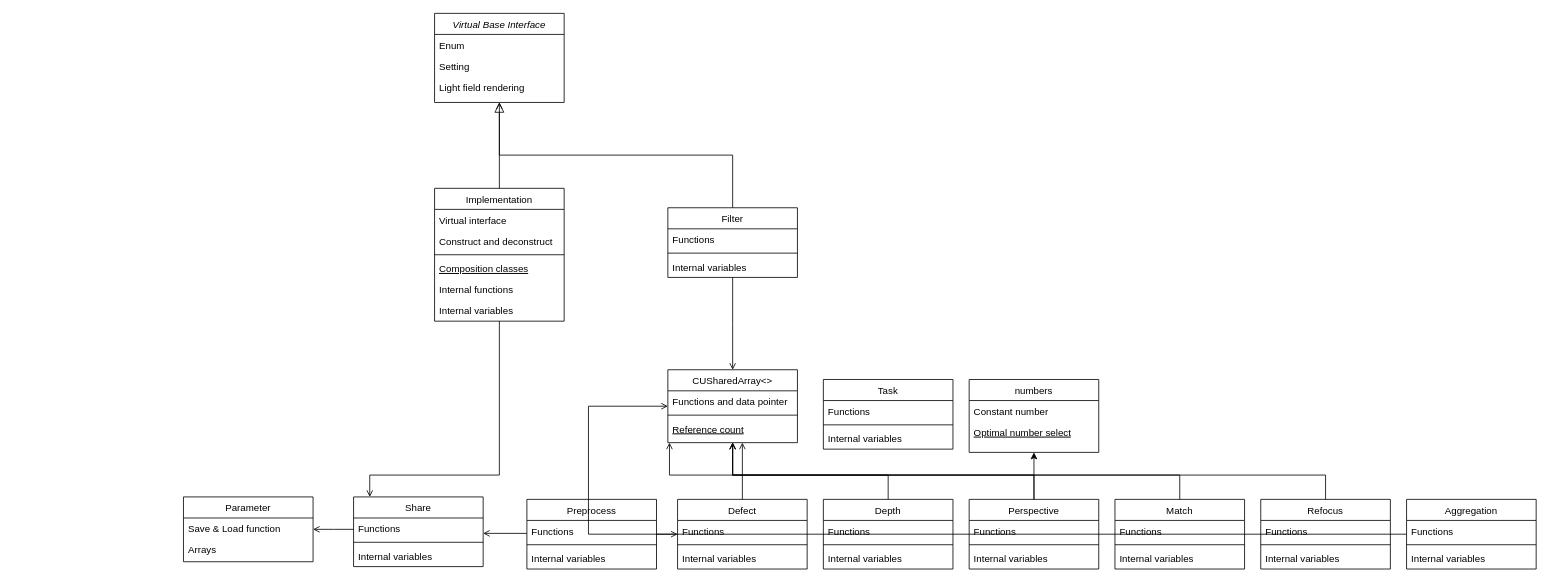
Above: class.drawio in Mintpasokon/OpenCV-wavelet (draw.io), before the change. Source tidied: cells renumbered, new cells numbered last; positions are measured from the earlier drawing's top-left corner, leaving out a move shared by most shapes. Both pictures are drawn from the tidied source at 81%, with x=0, y=0 at pixel (183, 13).
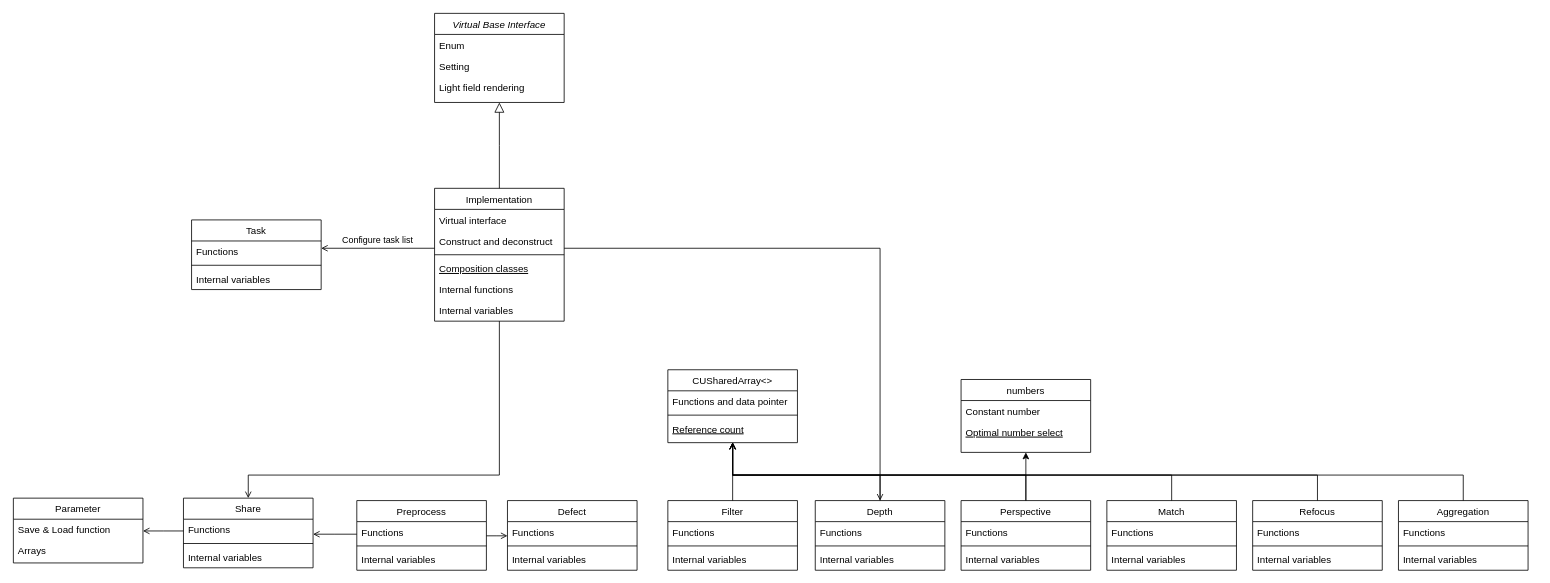
After the change.

The change refers to these unchanged cells:
```xml
<mxCell id="2" value="Virtual Base Interface" style="swimlane;fontStyle=2;align=center;verticalAlign=top;horizontal=1;startSize=26;rounded=0;shadow=0;strokeWidth=1;swimlaneLine=1;" parent="1" vertex="1">
  <mxGeometry x="310" width="160" height="110" as="geometry" />
</mxCell>
<mxCell id="6" value="Implementation" style="swimlane;fontStyle=0;align=center;verticalAlign=top;horizontal=1;startSize=26;rounded=0;shadow=0;strokeWidth=1;" parent="1" vertex="1">
  <mxGeometry x="310" y="216" width="160" height="164" as="geometry" />
</mxCell>
<mxCell id="19" value="CUSharedArray&lt;&gt;" style="swimlane;fontStyle=0;align=center;verticalAlign=top;horizontal=1;startSize=26;rounded=0;shadow=0;strokeWidth=1;" parent="1" vertex="1">
  <mxGeometry x="598" y="440" width="160" height="90" as="geometry" />
</mxCell>
```

Diff of the diagram source:
```diff
@@
     <mxCell id="14" value="Filter" style="swimlane;fontStyle=0;align=center;verticalAlign=top;horizontal=1;startSize=26;rounded=0;shadow=0;strokeWidth=1;" parent="1" vertex="1">
-      <mxGeometry x="598" y="240" width="160" height="86" as="geometry" />
+      <mxGeometry x="598" y="601.5" width="160" height="86" as="geometry" />
     </mxCell>
@@
     <mxCell id="23" value="numbers" style="swimlane;fontStyle=0;align=center;verticalAlign=top;horizontal=1;startSize=26;rounded=0;shadow=0;strokeWidth=1;" parent="1" vertex="1">
-      <mxGeometry x="970" y="452" width="160" height="90" as="geometry" />
+      <mxGeometry x="960" y="452" width="160" height="90" as="geometry" />
     </mxCell>
@@
     <mxCell id="26" value="Aggregation" style="swimlane;fontStyle=0;align=center;verticalAlign=top;horizontal=1;startSize=26;rounded=0;shadow=0;strokeWidth=1;" parent="1" vertex="1">
-      <mxGeometry x="1510" y="600" width="160" height="86" as="geometry" />
+      <mxGeometry x="1500" y="601.5" width="160" height="86" as="geometry" />
     </mxCell>
@@
     <mxCell id="30" value="Defect" style="swimlane;fontStyle=0;align=center;verticalAlign=top;horizontal=1;startSize=26;rounded=0;shadow=0;strokeWidth=1;" parent="1" vertex="1">
-      <mxGeometry x="610" y="600" width="160" height="86" as="geometry" />
+      <mxGeometry x="400" y="601.5" width="160" height="86" as="geometry" />
     </mxCell>
@@
     <mxCell id="34" value="Depth" style="swimlane;fontStyle=0;align=center;verticalAlign=top;horizontal=1;startSize=26;rounded=0;shadow=0;strokeWidth=1;" parent="1" vertex="1">
-      <mxGeometry x="790" y="600" width="160" height="86" as="geometry" />
+      <mxGeometry x="780" y="601.5" width="160" height="86" as="geometry" />
     </mxCell>
@@
     <mxCell id="38" value="Match" style="swimlane;fontStyle=0;align=center;verticalAlign=top;horizontal=1;startSize=26;rounded=0;shadow=0;strokeWidth=1;" parent="1" vertex="1">
-      <mxGeometry x="1150" y="600" width="160" height="86" as="geometry" />
+      <mxGeometry x="1140" y="601.5" width="160" height="86" as="geometry" />
     </mxCell>
@@
     <mxCell id="42" value="Perspective" style="swimlane;fontStyle=0;align=center;verticalAlign=top;horizontal=1;startSize=26;rounded=0;shadow=0;strokeWidth=1;" parent="1" vertex="1">
-      <mxGeometry x="970" y="600" width="160" height="86" as="geometry" />
+      <mxGeometry x="960" y="601.5" width="160" height="86" as="geometry" />
     </mxCell>
@@
     <mxCell id="46" value="Preprocess" style="swimlane;fontStyle=0;align=center;verticalAlign=top;horizontal=1;startSize=26;rounded=0;shadow=0;strokeWidth=1;" parent="1" vertex="1">
-      <mxGeometry x="424" y="600" width="160" height="86" as="geometry" />
+      <mxGeometry x="214" y="601.5" width="160" height="86" as="geometry" />
     </mxCell>
@@
     <mxCell id="50" value="Refocus" style="swimlane;fontStyle=0;align=center;verticalAlign=top;horizontal=1;startSize=26;rounded=0;shadow=0;strokeWidth=1;" parent="1" vertex="1">
-      <mxGeometry x="1330" y="600" width="160" height="86" as="geometry" />
+      <mxGeometry x="1320" y="601.5" width="160" height="86" as="geometry" />
     </mxCell>
@@
     <mxCell id="54" value="Share" style="swimlane;fontStyle=0;align=center;verticalAlign=top;horizontal=1;startSize=26;rounded=0;shadow=0;strokeWidth=1;" parent="1" vertex="1">
-      <mxGeometry x="210" y="597" width="160" height="86" as="geometry" />
+      <mxGeometry y="598.5" width="160" height="86" as="geometry" />
     </mxCell>
@@
     <mxCell id="58" value="Task" style="swimlane;fontStyle=0;align=center;verticalAlign=top;horizontal=1;startSize=26;rounded=0;shadow=0;strokeWidth=1;" parent="1" vertex="1">
-      <mxGeometry x="790" y="452" width="160" height="86" as="geometry" />
+      <mxGeometry x="10" y="255" width="160" height="86" as="geometry" />
     </mxCell>
@@
     <mxCell id="62" value="Parameter" style="swimlane;fontStyle=0;align=center;verticalAlign=top;horizontal=1;startSize=26;rounded=0;shadow=0;strokeWidth=1;" parent="1" vertex="1">
-      <mxGeometry y="597" width="160" height="80" as="geometry" />
+      <mxGeometry x="-210" y="598.5" width="160" height="80" as="geometry" />
     </mxCell>
@@
     <mxCell id="67" style="endArrow=open;shadow=0;strokeWidth=1;rounded=0;endFill=1;edgeStyle=elbowEdgeStyle;elbow=vertical;" parent="1" edge="1" source="34" target="19">
       <mxGeometry x="0.5" y="41" relative="1" as="geometry">
         <Array as="points">
-          <mxPoint x="690" y="570" />
+          <mxPoint x="770" y="570" />
         </Array>
         <mxPoint x="-40" y="32" as="offset" />
       </mxGeometry>
     </mxCell>
@@
-    <mxCell id="70" style="endArrow=open;shadow=0;strokeWidth=1;rounded=0;endFill=1;edgeStyle=elbowEdgeStyle;elbow=vertical;" parent="1" edge="1" source="30" target="19">
-      <mxGeometry x="0.5" y="41" relative="1" as="geometry">
-        <Array as="points">
-          <mxPoint x="600" y="570" />
-        </Array>
-        <mxPoint x="-40" y="32" as="offset" />
-      </mxGeometry>
-    </mxCell>
-    <mxCell id="71" style="endArrow=open;shadow=0;strokeWidth=1;rounded=0;endFill=1;edgeStyle=elbowEdgeStyle;elbow=vertical;" parent="1" edge="1" source="14" target="2">
-      <mxGeometry x="0.5" y="41" relative="1" as="geometry">
-        <mxPoint x="-40" y="32" as="offset" />
-      </mxGeometry>
-    </mxCell>
@@
     <mxCell id="75" style="endArrow=open;shadow=0;strokeWidth=1;rounded=0;endFill=1;edgeStyle=elbowEdgeStyle;elbow=vertical;" parent="1" edge="1" source="26" target="19">
       <mxGeometry x="0.5" y="41" relative="1" as="geometry">
         <Array as="points">
-          <mxPoint x="500" y="570" />
+          <mxPoint x="678" y="570" />
         </Array>
         <mxPoint x="-40" y="32" as="offset" />
       </mxGeometry>
     </mxCell>
@@
+    <mxCell id="77" value="Configure task list" style="endArrow=open;shadow=0;strokeWidth=1;rounded=0;endFill=1;edgeStyle=elbowEdgeStyle;elbow=vertical;" parent="1" edge="1" source="6" target="58">
+      <mxGeometry y="-10" relative="1" as="geometry">
+        <Array as="points">
+          <mxPoint x="240" y="290" />
+        </Array>
+      </mxGeometry>
+    </mxCell>
+    <mxCell id="78" style="endArrow=open;shadow=0;strokeWidth=1;rounded=0;endFill=1;edgeStyle=elbowEdgeStyle;elbow=vertical;" parent="1" edge="1" source="6" target="34">
+      <mxGeometry y="-10" relative="1" as="geometry">
+        <Array as="points">
+          <mxPoint x="730" y="290" />
+        </Array>
+      </mxGeometry>
+    </mxCell>
```
